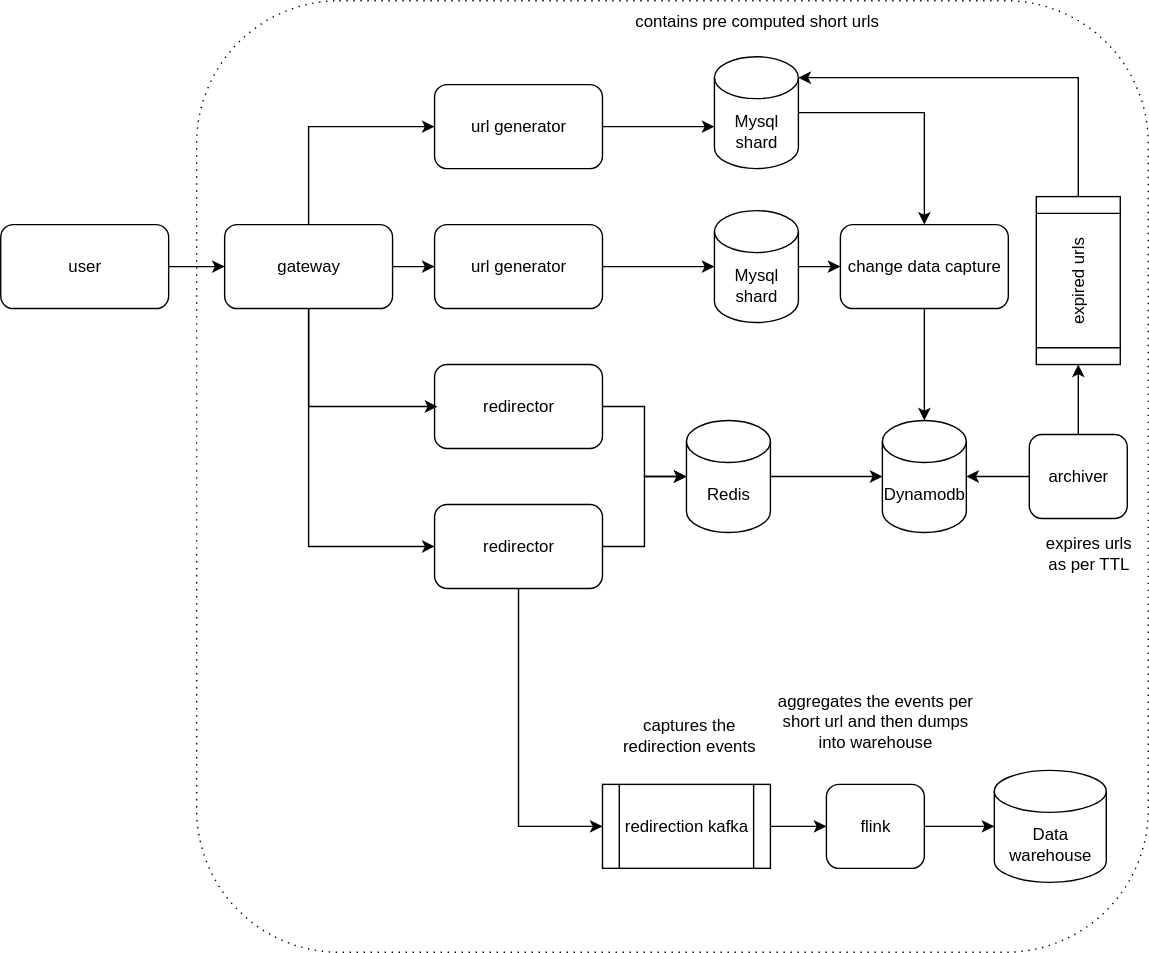
Circles24/high-level-designs keeps this draw.io diagram as url-shortner/assets/url-shortner.drawio.svg. Above is the earlier version. Source tidied: cells renumbered, new cells last; positions are measured from the earlier drawing's top-left corner, leaving out a move shared by most shapes.
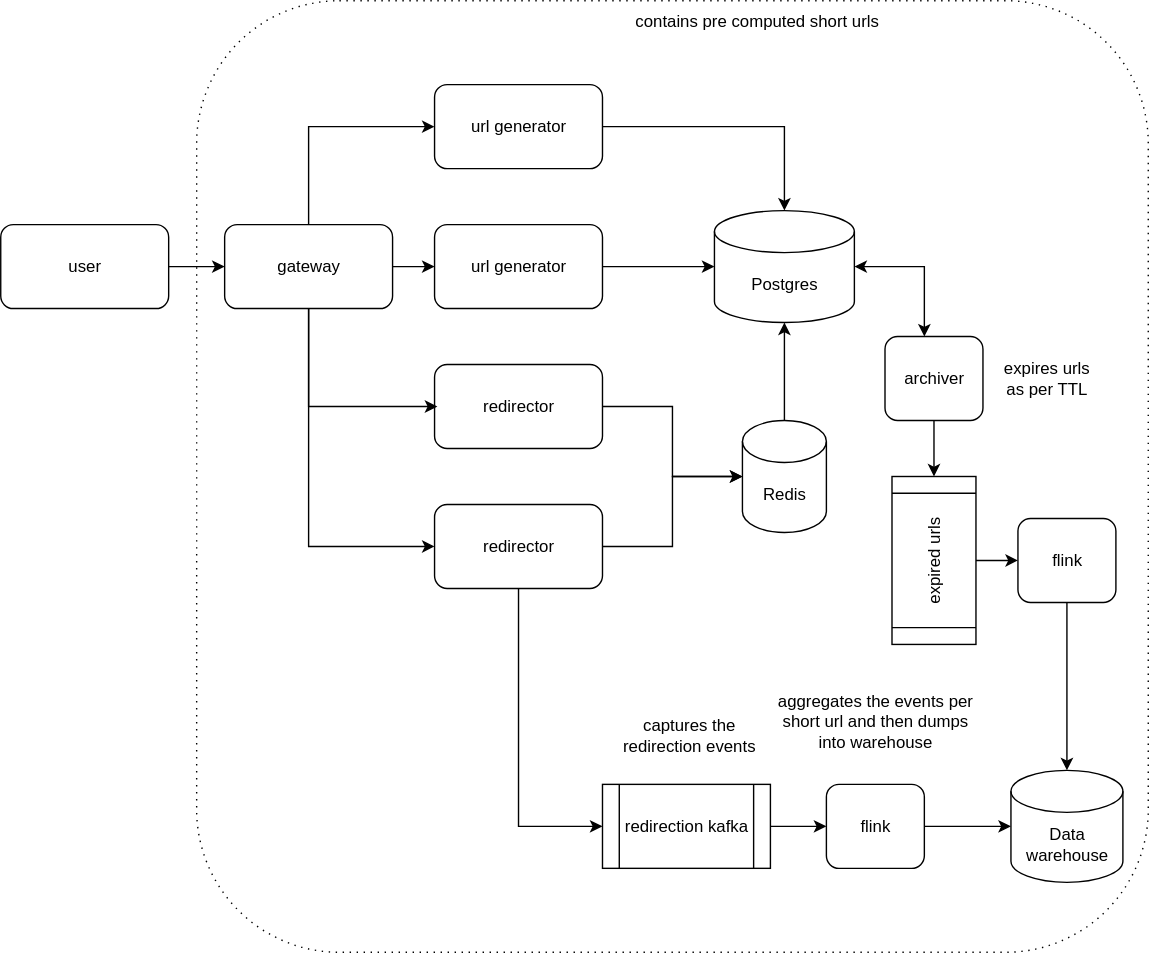
After the commit.

Commit message:
fix: Url shortner design

Diff of the diagram source:
```diff
@@ -34,14 +34,6 @@
     <mxCell id="9" value="url generator" style="rounded=1;whiteSpace=wrap;html=1;" parent="1" vertex="1">
       <mxGeometry x="310" y="60" width="120" height="60" as="geometry" />
     </mxCell>
-    <mxCell id="10" style="edgeStyle=orthogonalEdgeStyle;rounded=0;jettySize=auto;html=1;" parent="1" edge="1" source="11" target="20">
-      <mxGeometry relative="1" as="geometry">
-        <Array as="points">
-          <mxPoint x="530" y="190" />
-          <mxPoint x="530" y="190" />
-        </Array>
-      </mxGeometry>
-    </mxCell>
     <mxCell id="11" value="url generator" style="rounded=1;whiteSpace=wrap;html=1;" parent="1" vertex="1">
       <mxGeometry x="310" y="160" width="120" height="60" as="geometry" />
     </mxCell>
@@ -51,33 +43,23 @@
     <mxCell id="13" value="redirector" style="rounded=1;whiteSpace=wrap;html=1;" parent="1" vertex="1">
       <mxGeometry x="310" y="260" width="120" height="60" as="geometry" />
     </mxCell>
-    <mxCell id="14" style="edgeStyle=orthogonalEdgeStyle;rounded=0;jettySize=auto;html=1;" parent="1" edge="1" source="15">
+    <mxCell id="14" style="edgeStyle=orthogonalEdgeStyle;rounded=0;jettySize=auto;html=1;entryX=0;entryY=0.5;entryDx=0;entryDy=0;entryPerimeter=0;" parent="1" edge="1" source="15" target="17">
       <mxGeometry relative="1" as="geometry">
-        <mxPoint x="490" y="340" as="targetPoint" />
         <Array as="points">
-          <mxPoint x="460" y="390" />
-          <mxPoint x="460" y="340" />
+          <mxPoint x="480" y="390" />
+          <mxPoint x="480" y="340" />
         </Array>
       </mxGeometry>
     </mxCell>
     <mxCell id="15" value="redirector" style="rounded=1;whiteSpace=wrap;html=1;" parent="1" vertex="1">
       <mxGeometry x="310" y="360" width="120" height="60" as="geometry" />
     </mxCell>
-    <mxCell id="16" value="Dynamodb" style="shape=cylinder3;whiteSpace=wrap;html=1;boundedLbl=1;backgroundOutline=1;size=15;" parent="1" vertex="1">
-      <mxGeometry x="630" y="300" width="60" height="80" as="geometry" />
-    </mxCell>
     <mxCell id="17" value="Redis" style="shape=cylinder3;whiteSpace=wrap;html=1;boundedLbl=1;backgroundOutline=1;size=15;" parent="1" vertex="1">
-      <mxGeometry x="490" y="300" width="60" height="80" as="geometry" />
+      <mxGeometry x="530" y="300" width="60" height="80" as="geometry" />
     </mxCell>
-    <mxCell id="18" style="edgeStyle=orthogonalEdgeStyle;rounded=0;jettySize=auto;html=1;entryX=0.5;entryY=0;entryDx=0;entryDy=0;" parent="1" edge="1" source="19" target="24">
-      <mxGeometry relative="1" as="geometry" />
-    </mxCell>
-    <mxCell id="19" value="Mysql shard" style="shape=cylinder3;whiteSpace=wrap;html=1;boundedLbl=1;backgroundOutline=1;size=15;" parent="1" vertex="1">
-      <mxGeometry x="510" y="40" width="60" height="80" as="geometry" />
+    <mxCell id="19" value="Postgres" style="shape=cylinder3;whiteSpace=wrap;html=1;boundedLbl=1;backgroundOutline=1;size=15;" parent="1" vertex="1">
+      <mxGeometry x="510" y="150" width="100" height="80" as="geometry" />
     </mxCell>
-    <mxCell id="20" value="Mysql shard" style="shape=cylinder3;whiteSpace=wrap;html=1;boundedLbl=1;backgroundOutline=1;size=15;" parent="1" vertex="1">
-      <mxGeometry x="510" y="150" width="60" height="80" as="geometry" />
-    </mxCell>
     <mxCell id="21" style="edgeStyle=orthogonalEdgeStyle;rounded=0;jettySize=auto;html=1;" parent="1" edge="1" source="9" target="19">
       <mxGeometry relative="1" as="geometry">
         <Array as="points">
@@ -86,40 +68,22 @@
         </Array>
       </mxGeometry>
     </mxCell>
-    <mxCell id="22" style="edgeStyle=orthogonalEdgeStyle;rounded=0;jettySize=auto;html=1;" parent="1" edge="1" source="24">
-      <mxGeometry relative="1" as="geometry">
-        <mxPoint x="660" y="190" as="targetPoint" />
-        <Array as="points">
-          <mxPoint x="657" y="190" />
-        </Array>
-      </mxGeometry>
-    </mxCell>
-    <mxCell id="23" style="edgeStyle=orthogonalEdgeStyle;rounded=0;jettySize=auto;html=1;" parent="1" edge="1" source="20" target="24">
-      <mxGeometry relative="1" as="geometry" />
-    </mxCell>
-    <mxCell id="24" value="change data capture" style="rounded=1;whiteSpace=wrap;html=1;" parent="1" vertex="1">
-      <mxGeometry x="600" y="160" width="120" height="60" as="geometry" />
-    </mxCell>
-    <mxCell id="25" style="edgeStyle=orthogonalEdgeStyle;rounded=0;jettySize=auto;html=1;entryX=0.5;entryY=0;entryDx=0;entryDy=0;entryPerimeter=0;" parent="1" edge="1" source="24" target="16">
-      <mxGeometry relative="1" as="geometry" />
-    </mxCell>
     <mxCell id="26" style="edgeStyle=orthogonalEdgeStyle;rounded=0;jettySize=auto;html=1;entryX=0;entryY=0.5;entryDx=0;entryDy=0;entryPerimeter=0;" parent="1" edge="1" source="13" target="17">
       <mxGeometry relative="1" as="geometry" />
     </mxCell>
-    <mxCell id="27" style="edgeStyle=orthogonalEdgeStyle;rounded=0;jettySize=auto;html=1;entryX=0;entryY=0.5;entryDx=0;entryDy=0;entryPerimeter=0;" parent="1" edge="1" source="17" target="16">
+    <mxCell id="27" style="edgeStyle=orthogonalEdgeStyle;rounded=0;jettySize=auto;html=1;entryX=0.5;entryY=1;entryDx=0;entryDy=0;entryPerimeter=0;" parent="1" edge="1" source="17" target="19">
       <mxGeometry relative="1" as="geometry" />
     </mxCell>
-    <mxCell id="28" style="edgeStyle=orthogonalEdgeStyle;rounded=0;jettySize=auto;html=1;entryX=0;entryY=0.5;entryDx=0;entryDy=0;" parent="1" edge="1" source="29" target="42">
+    <mxCell id="28" style="edgeStyle=orthogonalEdgeStyle;rounded=0;jettySize=auto;html=1;entryX=1;entryY=0.5;entryDx=0;entryDy=0;" parent="1" edge="1" source="29" target="42">
       <mxGeometry relative="1" as="geometry" />
     </mxCell>
     <mxCell id="29" value="archiver" style="rounded=1;whiteSpace=wrap;html=1;" parent="1" vertex="1">
-      <mxGeometry x="735" y="310" width="70" height="60" as="geometry" />
+      <mxGeometry x="631.9" y="240" width="70" height="60" as="geometry" />
     </mxCell>
-    <mxCell id="30" style="edgeStyle=orthogonalEdgeStyle;rounded=0;jettySize=auto;html=1;entryX=1;entryY=0.5;entryDx=0;entryDy=0;entryPerimeter=0;" parent="1" edge="1" source="29" target="16">
+    <mxCell id="30" style="edgeStyle=orthogonalEdgeStyle;rounded=0;jettySize=auto;html=1;entryX=1;entryY=0.5;entryDx=0;entryDy=0;entryPerimeter=0;startArrow=classic;startFill=1;" parent="1" edge="1" source="29" target="19">
       <mxGeometry relative="1" as="geometry">
         <Array as="points">
-          <mxPoint x="700" y="340" />
-          <mxPoint x="700" y="340" />
+          <mxPoint x="660" y="190" />
         </Array>
       </mxGeometry>
     </mxCell>
@@ -133,7 +97,7 @@
       <mxGeometry x="590" y="560" width="70" height="60" as="geometry" />
     </mxCell>
     <mxCell id="34" value="Data warehouse" style="shape=cylinder3;whiteSpace=wrap;html=1;boundedLbl=1;backgroundOutline=1;size=15;" parent="1" vertex="1">
-      <mxGeometry x="710" y="550" width="80" height="80" as="geometry" />
+      <mxGeometry x="721.9" y="550" width="80" height="80" as="geometry" />
     </mxCell>
     <mxCell id="35" style="edgeStyle=orthogonalEdgeStyle;rounded=0;jettySize=auto;html=1;entryX=0;entryY=0.5;entryDx=0;entryDy=0;entryPerimeter=0;" parent="1" edge="1" source="33" target="34">
       <mxGeometry relative="1" as="geometry" />
@@ -150,7 +114,7 @@
       </mxGeometry>
     </mxCell>
     <mxCell id="38" value="expires urls as per TTL" style="text;html=1;align=center;verticalAlign=middle;whiteSpace=wrap;rounded=0;" parent="1" vertex="1">
-      <mxGeometry x="740" y="380" width="75" height="30" as="geometry" />
+      <mxGeometry x="710" y="255" width="75" height="30" as="geometry" />
     </mxCell>
     <mxCell id="39" value="captures the redirection events" style="text;html=1;align=center;verticalAlign=middle;whiteSpace=wrap;rounded=0;" parent="1" vertex="1">
       <mxGeometry x="442.5" y="510" width="97.5" height="30" as="geometry" />
@@ -158,15 +122,20 @@
     <mxCell id="40" value="aggregates the events per short url and then dumps into warehouse" style="text;html=1;align=center;verticalAlign=middle;whiteSpace=wrap;rounded=0;" parent="1" vertex="1">
       <mxGeometry x="548.1" y="500" width="153.8" height="30" as="geometry" />
     </mxCell>
-    <mxCell id="41" style="edgeStyle=orthogonalEdgeStyle;rounded=0;jettySize=auto;html=1;entryX=1;entryY=0;entryDx=0;entryDy=15;entryPerimeter=0;" parent="1" edge="1" source="42" target="19">
-      <mxGeometry relative="1" as="geometry">
-        <Array as="points">
-          <mxPoint x="770" y="55" />
-        </Array>
-      </mxGeometry>
-    </mxCell>
+    <mxCell id="43" style="edgeStyle=orthogonalEdgeStyle;rounded=0;jettySize=auto;html=1;exitX=0.5;exitY=1;exitDx=0;exitDy=0;entryX=0;entryY=0.5;entryDx=0;entryDy=0;" parent="1" edge="1" source="42" target="45">
+      <mxGeometry relative="1" as="geometry" />
+    </mxCell>
     <mxCell id="42" value="expired urls" style="shape=process;whiteSpace=wrap;html=1;backgroundOutline=1;rotation=-90;" parent="1" vertex="1">
-      <mxGeometry x="710" y="170" width="120" height="60" as="geometry" />
+      <mxGeometry x="606.9" y="370" width="120" height="60" as="geometry" />
     </mxCell>
+    <mxCell id="44" style="edgeStyle=orthogonalEdgeStyle;rounded=0;jettySize=auto;html=1;entryX=0;entryY=0.5;entryDx=0;entryDy=0;entryPerimeter=0;" parent="1" edge="1" source="11" target="19">
+      <mxGeometry relative="1" as="geometry" />
+    </mxCell>
+    <mxCell id="45" value="flink" style="rounded=1;whiteSpace=wrap;html=1;" parent="1" vertex="1">
+      <mxGeometry x="726.9" y="370" width="70" height="60" as="geometry" />
+    </mxCell>
+    <mxCell id="46" style="edgeStyle=orthogonalEdgeStyle;rounded=0;jettySize=auto;html=1;exitX=0.5;exitY=1;exitDx=0;exitDy=0;entryX=0.5;entryY=0;entryDx=0;entryDy=0;entryPerimeter=0;" parent="1" edge="1" source="45" target="34">
+      <mxGeometry relative="1" as="geometry" />
+    </mxCell>
   </root>
 </mxGraphModel>
```
